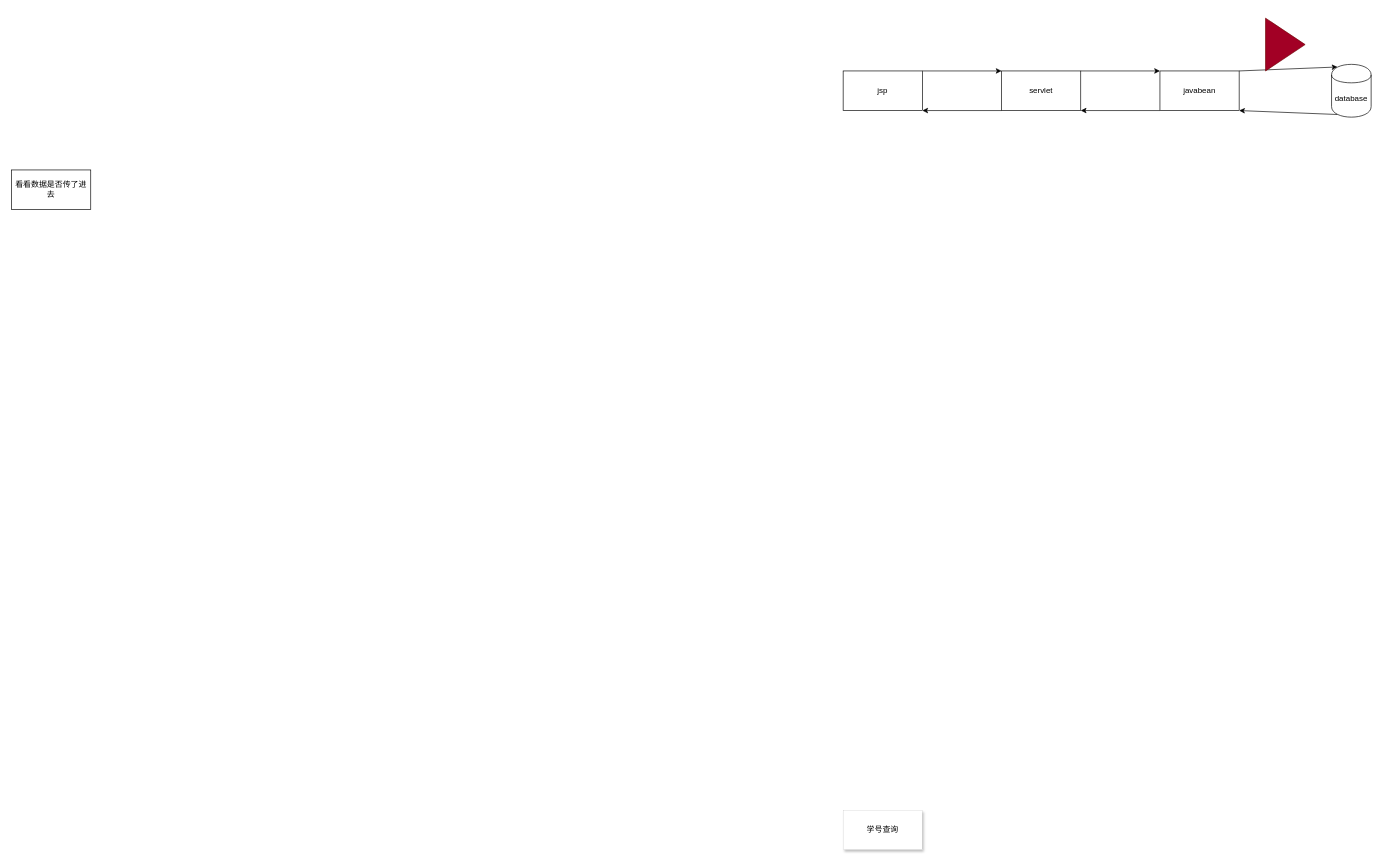
Canwaiting/note keeps this draw.io diagram as dormsys/note/search.drawio. Above is the earlier version. Source tidied: cells renumbered, new cells numbered last; positions are measured from the earlier drawing's top-left corner, leaving out a move shared by most shapes. Both pictures are drawn from the tidied source at 66%, with x=0, y=0 at pixel (11, 18).
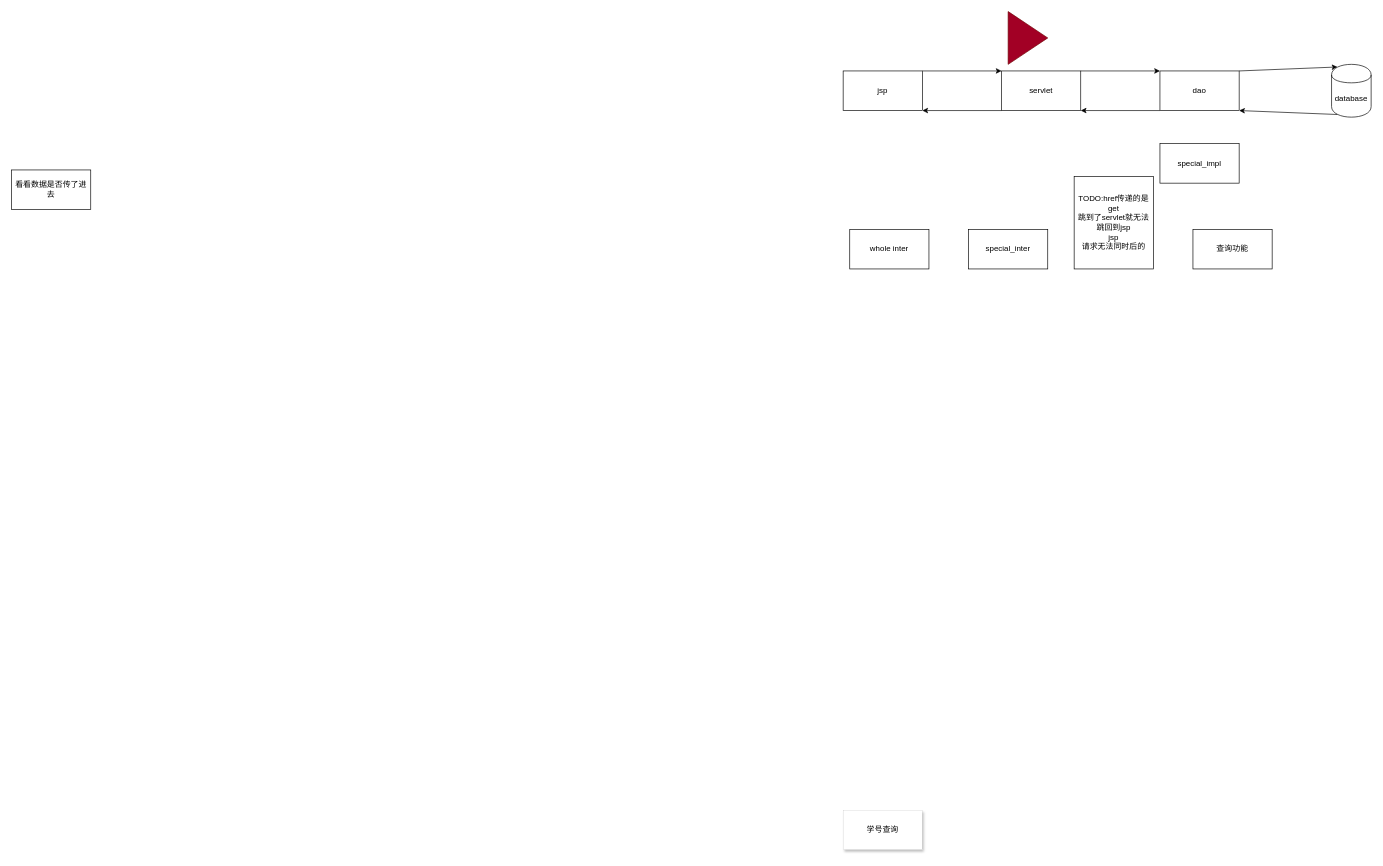
After the change.

Diff of the diagram source:
```diff
@@
 <mxGraphModel background="#FFFFFF">
   <root>
     <mxCell id="0" />
     <mxCell id="1" parent="0" />
     <mxCell id="2" value="学号查询" style="whiteSpace=wrap;html=1;shadow=1;strokeWidth=0;" parent="1" vertex="1">
       <mxGeometry x="1260" y="1200" width="120" height="60" as="geometry" />
     </mxCell>
     <mxCell id="3" style="edgeStyle=none;html=1;exitX=1;exitY=0;exitDx=0;exitDy=0;entryX=0;entryY=0;entryDx=0;entryDy=0;strokeColor=#000000;" parent="1" edge="1" source="4" target="7">
       <mxGeometry relative="1" as="geometry" />
     </mxCell>
     <mxCell id="4" value="jsp" style="whiteSpace=wrap;html=1;" parent="1" vertex="1">
       <mxGeometry x="1260" y="80" width="120" height="60" as="geometry" />
     </mxCell>
     <mxCell id="5" style="edgeStyle=none;html=1;exitX=0;exitY=1;exitDx=0;exitDy=0;entryX=1;entryY=1;entryDx=0;entryDy=0;strokeColor=#000000;" parent="1" edge="1" source="7" target="4">
       <mxGeometry relative="1" as="geometry" />
     </mxCell>
     <mxCell id="6" style="edgeStyle=none;html=1;exitX=1;exitY=0;exitDx=0;exitDy=0;entryX=0;entryY=0;entryDx=0;entryDy=0;strokeColor=#000000;" parent="1" edge="1" source="7" target="10">
       <mxGeometry relative="1" as="geometry" />
     </mxCell>
     <mxCell id="7" value="servlet" style="whiteSpace=wrap;html=1;" parent="1" vertex="1">
       <mxGeometry x="1500" y="80" width="120" height="60" as="geometry" />
     </mxCell>
     <mxCell id="8" style="edgeStyle=none;html=1;exitX=0;exitY=1;exitDx=0;exitDy=0;entryX=1;entryY=1;entryDx=0;entryDy=0;strokeColor=#000000;" parent="1" edge="1" source="10" target="7">
       <mxGeometry relative="1" as="geometry" />
     </mxCell>
     <mxCell id="9" style="edgeStyle=none;html=1;exitX=1;exitY=0;exitDx=0;exitDy=0;entryX=0.15;entryY=0.05;entryDx=0;entryDy=0;entryPerimeter=0;strokeColor=#000000;" parent="1" edge="1" source="10" target="12">
       <mxGeometry relative="1" as="geometry" />
     </mxCell>
-    <mxCell id="10" value="javabean" style="whiteSpace=wrap;html=1;" parent="1" vertex="1">
+    <mxCell id="10" value="dao" style="whiteSpace=wrap;html=1;" parent="1" vertex="1">
       <mxGeometry x="1740" y="80" width="120" height="60" as="geometry" />
     </mxCell>
     <mxCell id="11" style="edgeStyle=none;html=1;exitX=0.15;exitY=0.95;exitDx=0;exitDy=0;exitPerimeter=0;entryX=1;entryY=1;entryDx=0;entryDy=0;strokeColor=#000000;" parent="1" edge="1" source="12" target="10">
       <mxGeometry relative="1" as="geometry" />
     </mxCell>
     <mxCell id="12" value="database" style="shape=cylinder;whiteSpace=wrap;html=1;boundedLbl=1;backgroundOutline=1;" parent="1" vertex="1">
       <mxGeometry x="2000" y="70" width="60" height="80" as="geometry" />
     </mxCell>
     <mxCell id="13" style="triangle;whiteSpace=wrap;html=1;fillColor=#a20025;strokeColor=#6F0000;fontColor=#ffffff;" parent="1" vertex="1">
-      <mxGeometry x="1900" width="60" height="80" as="geometry" />
+      <mxGeometry x="1510" y="-10" width="60" height="80" as="geometry" />
     </mxCell>
     <mxCell id="14" value="看看数据是否传了进去" style="whiteSpace=wrap;html=1;" parent="1" vertex="1">
       <mxGeometry y="230" width="120" height="60" as="geometry" />
     </mxCell>
+    <mxCell id="15" value="special_inter" style="whiteSpace=wrap;html=1;" parent="1" vertex="1">
+      <mxGeometry x="1450" y="320" width="120" height="60" as="geometry" />
+    </mxCell>
+    <mxCell id="16" value="special_impl" style="whiteSpace=wrap;html=1;" parent="1" vertex="1">
+      <mxGeometry x="1740" y="190" width="120" height="60" as="geometry" />
+    </mxCell>
+    <mxCell id="17" value="whole inter" style="whiteSpace=wrap;html=1;" parent="1" vertex="1">
+      <mxGeometry x="1270" y="320" width="120" height="60" as="geometry" />
+    </mxCell>
+    <mxCell id="18" value="TODO:href传递的是get&lt;br&gt;跳到了servlet就无法跳回到jsp&lt;br&gt;jsp&lt;br&gt;请求无法同时后的" style="whiteSpace=wrap;html=1;" parent="1" vertex="1">
+      <mxGeometry x="1610" y="240" width="120" height="140" as="geometry" />
+    </mxCell>
+    <mxCell id="19" value="查询功能" style="whiteSpace=wrap;html=1;" parent="1" vertex="1">
+      <mxGeometry x="1790" y="320" width="120" height="60" as="geometry" />
+    </mxCell>
   </root>
 </mxGraphModel>
```
